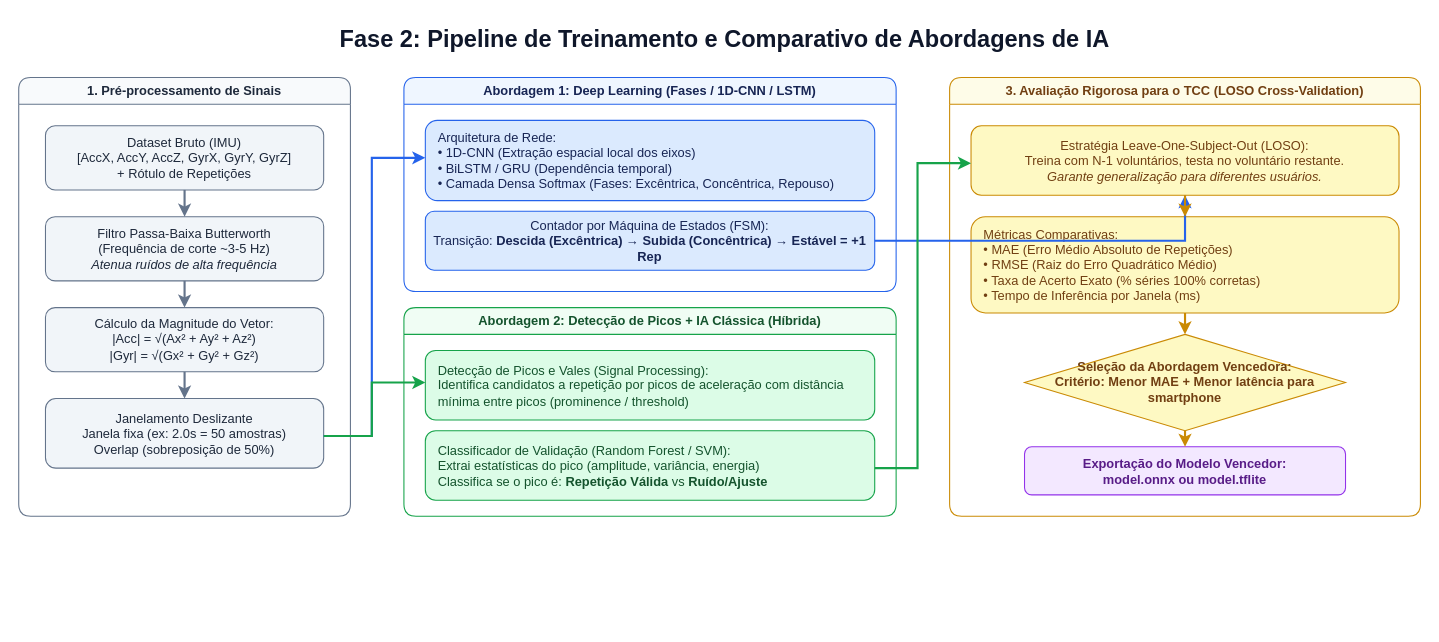
Before: docs/roadmap/fase-2-treinamento-ia-comparativo.drawio in Joueph/tcc_gymBeatDataCollection, a draw.io diagram. Source tidied: cells renumbered, new cells numbered last; positions are measured from the earlier drawing's top-left corner, leaving out a move shared by most shapes. Both pictures are drawn from the tidied source at 107%, with x=0, y=0 at pixel (18, 18).
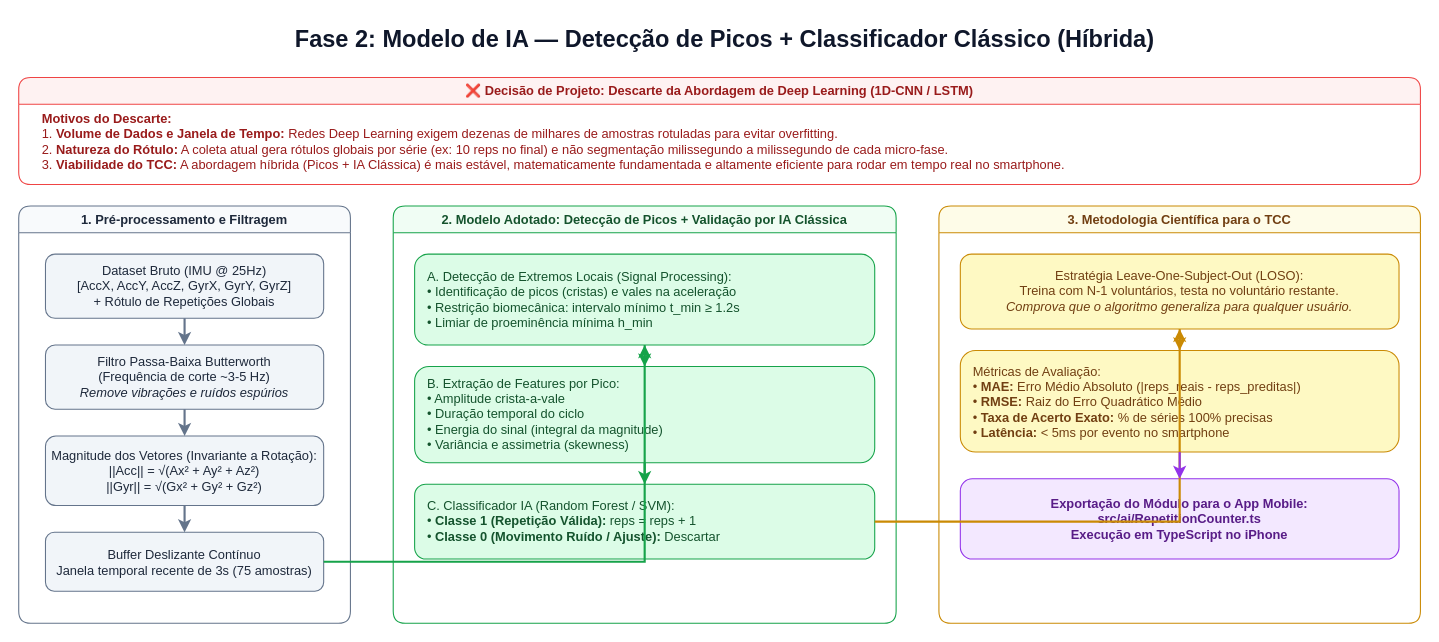
After the change.

Diff of the diagram source:
```diff
@@
-    <mxCell id="2" value="Fase 2: Pipeline de Treinamento e Comparativo de Abordagens de IA" style="text;html=1;strokeColor=none;fillColor=none;align=center;verticalAlign=middle;whiteSpace=wrap;rounded=0;fontSize=22;fontStyle=1;fontColor=#0f172a;" parent="1" vertex="1">
-      <mxGeometry x="160" width="1000" height="40" as="geometry" />
+    <mxCell id="2" value="Fase 2: Modelo de IA — Detecção de Picos + Classificador Clássico (Híbrida)" style="text;html=1;strokeColor=none;fillColor=none;align=center;verticalAlign=middle;whiteSpace=wrap;rounded=0;fontSize=22;fontStyle=1;fontColor=#0f172a;" parent="1" vertex="1">
+      <mxGeometry x="110" width="1100" height="40" as="geometry" />
     </mxCell>
+    <mxCell id="29" value="❌ Decisão de Projeto: Descarte da Abordagem de Deep Learning (1D-CNN / LSTM)" style="swimlane;html=1;startSize=25;rounded=1;whiteSpace=wrap;fillColor=#fef2f2;strokeColor=#ef4444;fontColor=#991b1b;fontStyle=1;" parent="1" vertex="1">
+      <mxGeometry y="55" width="1310" height="100" as="geometry" />
+    </mxCell>
+    <mxCell id="30" value="&lt;b&gt;Motivos do Descarte:&lt;/b&gt;&lt;br&gt;1. &lt;b&gt;Volume de Dados e Janela de Tempo:&lt;/b&gt; Redes Deep Learning exigem dezenas de milhares de amostras rotuladas para evitar overfitting.&lt;br&gt;2. &lt;b&gt;Natureza do Rótulo:&lt;/b&gt; A coleta atual gera rótulos globais por série (ex: 10 reps no final) e não segmentação milissegundo a milissegundo de cada micro-fase.&lt;br&gt;3. &lt;b&gt;Viabilidade do TCC:&lt;/b&gt; A abordagem híbrida (Picos + IA Clássica) é mais estável, matematicamente fundamentada e altamente eficiente para rodar em tempo real no smartphone." style="text;html=1;strokeColor=none;fillColor=none;align=left;verticalAlign=middle;whiteSpace=wrap;rounded=0;fontColor=#991b1b;fontSize=12;" parent="29" vertex="1">
+      <mxGeometry x="20" y="30" width="1270" height="60" as="geometry" />
+    </mxCell>
-    <mxCell id="3" value="1. Pré-processamento de Sinais" style="swimlane;html=1;startSize=25;rounded=1;whiteSpace=wrap;fillColor=#f8fafc;strokeColor=#64748b;fontColor=#1e293b;fontStyle=1;" parent="1" vertex="1">
-      <mxGeometry y="55" width="310" height="410" as="geometry" />
+    <mxCell id="3" value="1. Pré-processamento e Filtragem" style="swimlane;html=1;startSize=25;rounded=1;whiteSpace=wrap;fillColor=#f8fafc;strokeColor=#64748b;fontColor=#1e293b;fontStyle=1;" parent="1" vertex="1">
+      <mxGeometry y="175" width="310" height="390" as="geometry" />
     </mxCell>
-    <mxCell id="4" value="Dataset Bruto (IMU)&lt;br&gt;[AccX, AccY, AccZ, GyrX, GyrY, GyrZ]&lt;br&gt;+ Rótulo de Repetições" style="rounded=1;whiteSpace=wrap;html=1;fillColor=#f1f5f9;strokeColor=#64748b;fontColor=#1e293b;" parent="3" vertex="1">
+    <mxCell id="4" value="Dataset Bruto (IMU @ 25Hz)&lt;br&gt;[AccX, AccY, AccZ, GyrX, GyrY, GyrZ]&lt;br&gt;+ Rótulo de Repetições Globais" style="rounded=1;whiteSpace=wrap;html=1;fillColor=#f1f5f9;strokeColor=#64748b;fontColor=#1e293b;" parent="3" vertex="1">
       <mxGeometry x="25" y="45" width="260" height="60" as="geometry" />
     </mxCell>
-    <mxCell id="5" value="Filtro Passa-Baixa Butterworth&lt;br&gt;(Frequência de corte ~3-5 Hz)&lt;br&gt;&lt;i&gt;Atenua ruídos de alta frequência&lt;/i&gt;" style="rounded=1;whiteSpace=wrap;html=1;fillColor=#f1f5f9;strokeColor=#64748b;fontColor=#1e293b;" parent="3" vertex="1">
+    <mxCell id="5" value="Filtro Passa-Baixa Butterworth&lt;br&gt;(Frequência de corte ~3-5 Hz)&lt;br&gt;&lt;i&gt;Remove vibrações e ruídos espúrios&lt;/i&gt;" style="rounded=1;whiteSpace=wrap;html=1;fillColor=#f1f5f9;strokeColor=#64748b;fontColor=#1e293b;" parent="3" vertex="1">
       <mxGeometry x="25" y="130" width="260" height="60" as="geometry" />
     </mxCell>
-    <mxCell id="6" value="Cálculo da Magnitude do Vetor:&lt;br&gt;|Acc| = √(Ax² + Ay² + Az²)&lt;br&gt;|Gyr| = √(Gx² + Gy² + Gz²)" style="rounded=1;whiteSpace=wrap;html=1;fillColor=#f1f5f9;strokeColor=#64748b;fontColor=#1e293b;" parent="3" vertex="1">
-      <mxGeometry x="25" y="215" width="260" height="60" as="geometry" />
+    <mxCell id="6" value="Magnitude dos Vetores (Invariante a Rotação):&lt;br&gt;||Acc|| = √(Ax² + Ay² + Az²)&lt;br&gt;||Gyr|| = √(Gx² + Gy² + Gz²)" style="rounded=1;whiteSpace=wrap;html=1;fillColor=#f1f5f9;strokeColor=#64748b;fontColor=#1e293b;" parent="3" vertex="1">
+      <mxGeometry x="25" y="215" width="260" height="65" as="geometry" />
     </mxCell>
-    <mxCell id="7" value="Janelamento Deslizante&lt;br&gt;Janela fixa (ex: 2.0s = 50 amostras)&lt;br&gt;Overlap (sobreposição de 50%)" style="rounded=1;whiteSpace=wrap;html=1;fillColor=#f1f5f9;strokeColor=#64748b;fontColor=#1e293b;" parent="3" vertex="1">
-      <mxGeometry x="25" y="300" width="260" height="65" as="geometry" />
+    <mxCell id="7" value="Buffer Deslizante Contínuo&lt;br&gt;Janela temporal recente de 3s (75 amostras)" style="rounded=1;whiteSpace=wrap;html=1;fillColor=#f1f5f9;strokeColor=#64748b;fontColor=#1e293b;" parent="3" vertex="1">
+      <mxGeometry x="25" y="305" width="260" height="55" as="geometry" />
     </mxCell>
-    <mxCell id="8" value="Abordagem 1: Deep Learning (Fases / 1D-CNN / LSTM)" style="swimlane;html=1;startSize=25;rounded=1;whiteSpace=wrap;fillColor=#eff6ff;strokeColor=#2563eb;fontColor=#172554;fontStyle=1;" parent="1" vertex="1">
-      <mxGeometry x="360" y="55" width="460" height="200" as="geometry" />
-    </mxCell>
-    <mxCell id="9" value="Arquitetura de Rede:&lt;br&gt;• 1D-CNN (Extração espacial local dos eixos)&lt;br&gt;• BiLSTM / GRU (Dependência temporal)&lt;br&gt;• Camada Densa Softmax (Fases: Excêntrica, Concêntrica, Repouso)" style="rounded=1;whiteSpace=wrap;html=1;fillColor=#dbeafe;strokeColor=#2563eb;fontColor=#172554;align=left;spacingLeft=10;" parent="8" vertex="1">
-      <mxGeometry x="20" y="40" width="420" height="75" as="geometry" />
-    </mxCell>
-    <mxCell id="10" value="Contador por Máquina de Estados (FSM):&lt;br&gt;Transição: &lt;b&gt;Descida (Excêntrica) → Subida (Concêntrica) → Estável = +1 Rep&lt;/b&gt;" style="rounded=1;whiteSpace=wrap;html=1;fillColor=#dbeafe;strokeColor=#2563eb;fontColor=#172554;" parent="8" vertex="1">
-      <mxGeometry x="20" y="125" width="420" height="55" as="geometry" />
-    </mxCell>
-    <mxCell id="11" value="Abordagem 2: Detecção de Picos + IA Clássica (Híbrida)" style="swimlane;html=1;startSize=25;rounded=1;whiteSpace=wrap;fillColor=#f0fdf4;strokeColor=#16a34a;fontColor=#14532d;fontStyle=1;" parent="1" vertex="1">
-      <mxGeometry x="360" y="270" width="460" height="195" as="geometry" />
+    <mxCell id="11" value="2. Modelo Adotado: Detecção de Picos + Validação por IA Clássica" style="swimlane;html=1;startSize=25;rounded=1;whiteSpace=wrap;fillColor=#f0fdf4;strokeColor=#16a34a;fontColor=#14532d;fontStyle=1;" parent="1" vertex="1">
+      <mxGeometry x="350" y="175" width="470" height="390" as="geometry" />
     </mxCell>
-    <mxCell id="12" value="Detecção de Picos e Vales (Signal Processing):&lt;br&gt;Identifica candidatos a repetição por picos de aceleração com distância mínima entre picos (prominence / threshold)" style="rounded=1;whiteSpace=wrap;html=1;fillColor=#dcfce7;strokeColor=#16a34a;fontColor=#14532d;align=left;spacingLeft=10;" parent="11" vertex="1">
-      <mxGeometry x="20" y="40" width="420" height="65" as="geometry" />
+    <mxCell id="12" value="A. Detecção de Extremos Locais (Signal Processing):&lt;br&gt;• Identificação de picos (cristas) e vales na aceleração&lt;br&gt;• Restrição biomecânica: intervalo mínimo t_min ≥ 1.2s&lt;br&gt;• Limiar de proeminência mínima h_min" style="rounded=1;whiteSpace=wrap;html=1;fillColor=#dcfce7;strokeColor=#16a34a;fontColor=#14532d;align=left;spacingLeft=10;" parent="11" vertex="1">
+      <mxGeometry x="20" y="45" width="430" height="85" as="geometry" />
     </mxCell>
+    <mxCell id="31" value="B. Extração de Features por Pico:&lt;br&gt;• Amplitude crista-a-vale&lt;br&gt;• Duração temporal do ciclo&lt;br&gt;• Energia do sinal (integral da magnitude)&lt;br&gt;• Variância e assimetria (skewness)" style="rounded=1;whiteSpace=wrap;html=1;fillColor=#dcfce7;strokeColor=#16a34a;fontColor=#14532d;align=left;spacingLeft=10;" parent="11" vertex="1">
+      <mxGeometry x="20" y="150" width="430" height="90" as="geometry" />
+    </mxCell>
-    <mxCell id="13" value="Classificador de Validação (Random Forest / SVM):&lt;br&gt;Extrai estatísticas do pico (amplitude, variância, energia)&lt;br&gt;Classifica se o pico é: &lt;b&gt;Repetição Válida&lt;/b&gt; vs &lt;b&gt;Ruído/Ajuste&lt;/b&gt;" style="rounded=1;whiteSpace=wrap;html=1;fillColor=#dcfce7;strokeColor=#16a34a;fontColor=#14532d;align=left;spacingLeft=10;" parent="11" vertex="1">
-      <mxGeometry x="20" y="115" width="420" height="65" as="geometry" />
+    <mxCell id="13" value="C. Classificador IA (Random Forest / SVM):&lt;br&gt;• &lt;b&gt;Classe 1 (Repetição Válida):&lt;/b&gt; reps = reps + 1&lt;br&gt;• &lt;b&gt;Classe 0 (Movimento Ruído / Ajuste):&lt;/b&gt; Descartar" style="rounded=1;whiteSpace=wrap;html=1;fillColor=#dcfce7;strokeColor=#16a34a;fontColor=#14532d;align=left;spacingLeft=10;" parent="11" vertex="1">
+      <mxGeometry x="20" y="260" width="430" height="70" as="geometry" />
     </mxCell>
-    <mxCell id="14" value="3. Avaliação Rigorosa para o TCC (LOSO Cross-Validation)" style="swimlane;html=1;startSize=25;rounded=1;whiteSpace=wrap;fillColor=#fefce8;strokeColor=#ca8a04;fontColor=#713f12;fontStyle=1;" parent="1" vertex="1">
-      <mxGeometry x="870" y="55" width="440" height="410" as="geometry" />
+    <mxCell id="14" value="3. Metodologia Científica para o TCC" style="swimlane;html=1;startSize=25;rounded=1;whiteSpace=wrap;fillColor=#fefce8;strokeColor=#ca8a04;fontColor=#713f12;fontStyle=1;" parent="1" vertex="1">
+      <mxGeometry x="860" y="175" width="450" height="390" as="geometry" />
     </mxCell>
-    <mxCell id="15" value="Estratégia Leave-One-Subject-Out (LOSO):&lt;br&gt;Treina com N-1 voluntários, testa no voluntário restante.&lt;br&gt;&lt;i&gt;Garante generalização para diferentes usuários.&lt;/i&gt;" style="rounded=1;whiteSpace=wrap;html=1;fillColor=#fef9c3;strokeColor=#ca8a04;fontColor=#713f12;" parent="14" vertex="1">
-      <mxGeometry x="20" y="45" width="400" height="65" as="geometry" />
+    <mxCell id="15" value="Estratégia Leave-One-Subject-Out (LOSO):&lt;br&gt;Treina com N-1 voluntários, testa no voluntário restante.&lt;br&gt;&lt;i&gt;Comprova que o algoritmo generaliza para qualquer usuário.&lt;/i&gt;" style="rounded=1;whiteSpace=wrap;html=1;fillColor=#fef9c3;strokeColor=#ca8a04;fontColor=#713f12;" parent="14" vertex="1">
+      <mxGeometry x="20" y="45" width="410" height="70" as="geometry" />
     </mxCell>
-    <mxCell id="16" value="Métricas Comparativas:&lt;br&gt;• MAE (Erro Médio Absoluto de Repetições)&lt;br&gt;• RMSE (Raiz do Erro Quadrático Médio)&lt;br&gt;• Taxa de Acerto Exato (% séries 100% corretas)&lt;br&gt;• Tempo de Inferência por Janela (ms)" style="rounded=1;whiteSpace=wrap;html=1;fillColor=#fef9c3;strokeColor=#ca8a04;fontColor=#713f12;align=left;spacingLeft=10;" parent="14" vertex="1">
-      <mxGeometry x="20" y="130" width="400" height="90" as="geometry" />
+    <mxCell id="16" value="Métricas de Avaliação:&lt;br&gt;• &lt;b&gt;MAE:&lt;/b&gt; Erro Médio Absoluto (|reps_reais - reps_preditas|)&lt;br&gt;• &lt;b&gt;RMSE:&lt;/b&gt; Raiz do Erro Quadrático Médio&lt;br&gt;• &lt;b&gt;Taxa de Acerto Exato:&lt;/b&gt; % de séries 100% precisas&lt;br&gt;• &lt;b&gt;Latência:&lt;/b&gt; &lt; 5ms por evento no smartphone" style="rounded=1;whiteSpace=wrap;html=1;fillColor=#fef9c3;strokeColor=#ca8a04;fontColor=#713f12;align=left;spacingLeft=10;" parent="14" vertex="1">
+      <mxGeometry x="20" y="135" width="410" height="95" as="geometry" />
     </mxCell>
-    <mxCell id="17" value="Seleção da Abordagem Vencedora:&lt;br&gt;&lt;b&gt;Critério:&lt;/b&gt; Menor MAE + Menor latência para smartphone" style="shape=rhombus;whiteSpace=wrap;html=1;fillColor=#fef9c3;strokeColor=#ca8a04;fontColor=#713f12;fontStyle=1;" parent="14" vertex="1">
-      <mxGeometry x="70" y="240" width="300" height="90" as="geometry" />
-    </mxCell>
-    <mxCell id="18" value="Exportação do Modelo Vencedor:&lt;br&gt;&lt;b&gt;model.onnx&lt;/b&gt; ou &lt;b&gt;model.tflite&lt;/b&gt;" style="rounded=1;whiteSpace=wrap;html=1;fillColor=#f3e8ff;strokeColor=#9333ea;fontColor=#581c87;fontStyle=1;" parent="14" vertex="1">
-      <mxGeometry x="70" y="345" width="300" height="45" as="geometry" />
+    <mxCell id="18" value="Exportação do Módulo para o App Mobile:&lt;br&gt;&lt;b&gt;src/ai/RepetitionCounter.ts&lt;/b&gt;&lt;br&gt;Execução em TypeScript no iPhone" style="rounded=1;whiteSpace=wrap;html=1;fillColor=#f3e8ff;strokeColor=#9333ea;fontColor=#581c87;fontStyle=1;" parent="14" vertex="1">
+      <mxGeometry x="20" y="255" width="410" height="75" as="geometry" />
     </mxCell>
@@
-    <mxCell id="22" style="edgeStyle=orthogonalEdgeStyle;rounded=0;html=1;strokeColor=#2563eb;strokeWidth=2;" parent="1" edge="1" source="7" target="9">
-      <mxGeometry relative="1" as="geometry">
-        <Array as="points">
-          <mxPoint x="330" y="390" />
-          <mxPoint x="330" y="130" />
-        </Array>
-      </mxGeometry>
-    </mxCell>
     <mxCell id="23" style="edgeStyle=orthogonalEdgeStyle;rounded=0;html=1;strokeColor=#16a34a;strokeWidth=2;" parent="1" edge="1" source="7" target="12">
-      <mxGeometry relative="1" as="geometry">
-        <Array as="points">
-          <mxPoint x="330" y="390" />
-          <mxPoint x="330" y="340" />
-        </Array>
-      </mxGeometry>
+      <mxGeometry relative="1" as="geometry" />
     </mxCell>
-    <mxCell id="24" style="edgeStyle=orthogonalEdgeStyle;rounded=0;html=1;strokeColor=#2563eb;strokeWidth=2;" parent="1" edge="1" source="10" target="15">
-      <mxGeometry relative="1" as="geometry" />
-    </mxCell>
+    <mxCell id="32" style="edgeStyle=orthogonalEdgeStyle;rounded=0;html=1;strokeColor=#16a34a;strokeWidth=2;" parent="1" edge="1" source="12" target="31">
+      <mxGeometry relative="1" as="geometry" />
+    </mxCell>
+    <mxCell id="33" style="edgeStyle=orthogonalEdgeStyle;rounded=0;html=1;strokeColor=#16a34a;strokeWidth=2;" parent="1" edge="1" source="31" target="13">
+      <mxGeometry relative="1" as="geometry" />
+    </mxCell>
-    <mxCell id="25" style="edgeStyle=orthogonalEdgeStyle;rounded=0;html=1;strokeColor=#16a34a;strokeWidth=2;" parent="1" edge="1" source="13" target="15">
-      <mxGeometry relative="1" as="geometry">
-        <Array as="points">
-          <mxPoint x="840" y="420" />
-          <mxPoint x="840" y="135" />
-        </Array>
-      </mxGeometry>
+    <mxCell id="25" style="edgeStyle=orthogonalEdgeStyle;rounded=0;html=1;strokeColor=#ca8a04;strokeWidth=2;" parent="1" edge="1" source="13" target="15">
+      <mxGeometry relative="1" as="geometry" />
     </mxCell>
@@
-    <mxCell id="27" style="edgeStyle=orthogonalEdgeStyle;rounded=0;html=1;strokeColor=#ca8a04;strokeWidth=2;" parent="1" edge="1" source="16" target="17">
-      <mxGeometry relative="1" as="geometry" />
-    </mxCell>
-    <mxCell id="28" style="edgeStyle=orthogonalEdgeStyle;rounded=0;html=1;strokeColor=#ca8a04;strokeWidth=2;" parent="1" edge="1" source="17" target="18">
-      <mxGeometry relative="1" as="geometry" />
-    </mxCell>
+    <mxCell id="34" style="edgeStyle=orthogonalEdgeStyle;rounded=0;html=1;strokeColor=#9333ea;strokeWidth=2;" parent="1" edge="1" source="16" target="18">
+      <mxGeometry relative="1" as="geometry" />
+    </mxCell>
```
